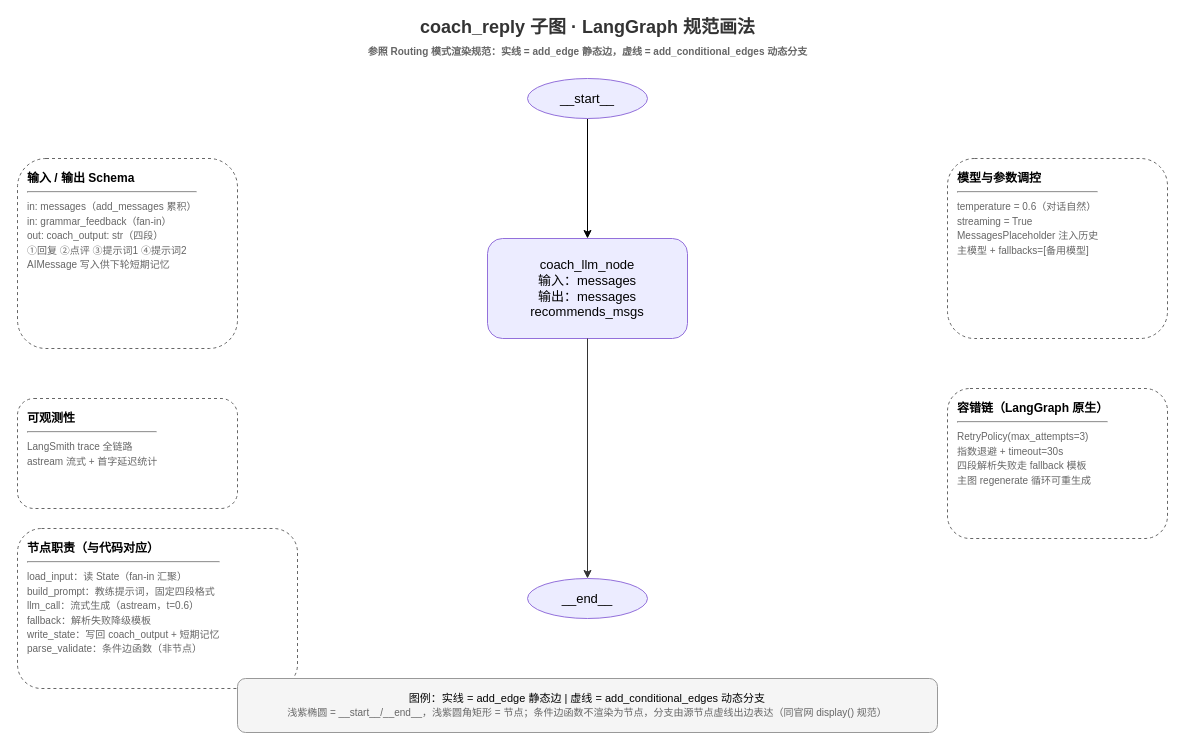
The draw.io diagram backend/src/talk_agent/document/coach_reply_graph.drawio in Ekko306/dialog-ai, before the edit. Source tidied: cells renumbered, new cells numbered last; positions are measured from the earlier drawing's top-left corner, leaving out a move shared by most shapes. Both pictures are drawn from the tidied source at 100%, with x=0, y=0 at pixel (17, 18).
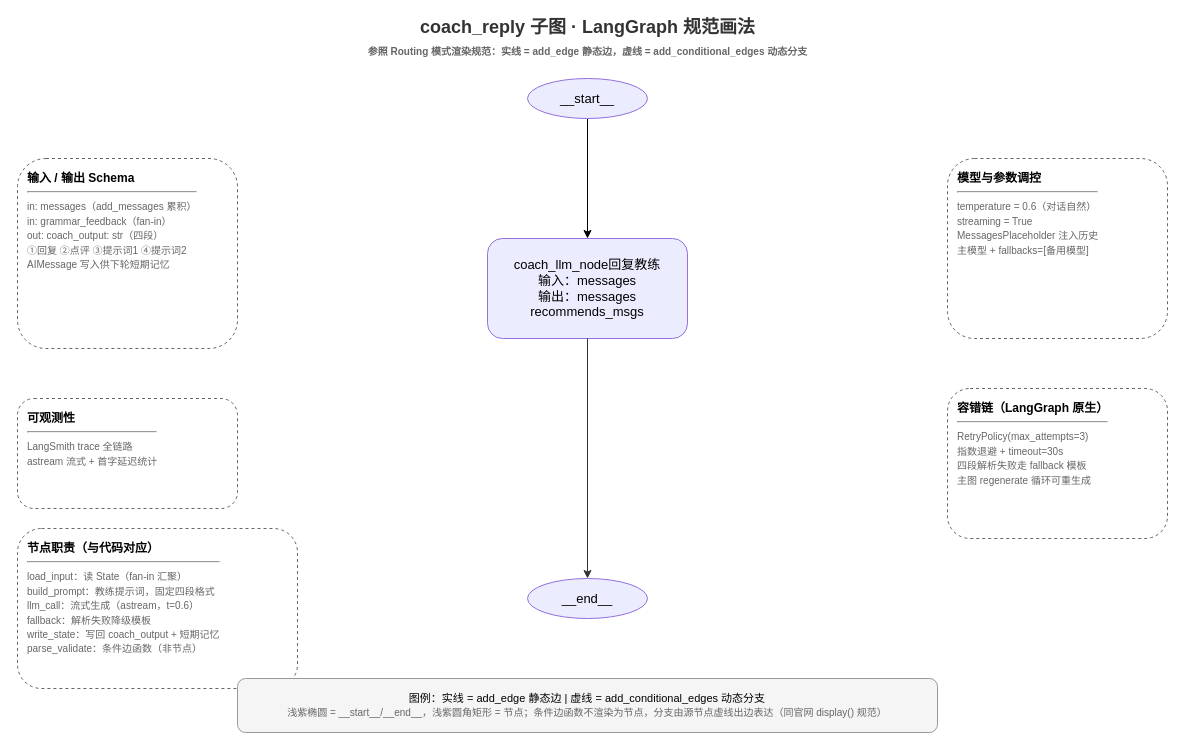
After the change.

Diff of the diagram source:
```diff
@@
 <mxGraphModel>
   <root>
     <mxCell id="0" />
     <mxCell id="1" parent="0" />
     <mxCell id="2" value="coach_reply 子图 · LangGraph 规范画法&lt;br&gt;&lt;font style=&quot;font-size:10px&quot; color=&quot;#666666&quot;&gt;参照 Routing 模式渲染规范：实线 = add_edge 静态边，虚线 = add_conditional_edges 动态分支&lt;/font&gt;" style="text;html=1;align=center;verticalAlign=middle;fontSize=18;fontStyle=1;fontColor=#333333;" parent="1" vertex="1">
       <mxGeometry x="290" width="560" height="40" as="geometry" />
     </mxCell>
     <mxCell id="3" style="edgeStyle=none;html=1;entryX=0.5;entryY=0;entryDx=0;entryDy=0;" parent="1" edge="1" source="4" target="5">
       <mxGeometry relative="1" as="geometry" />
     </mxCell>
     <mxCell id="4" value="__start__" style="ellipse;whiteSpace=wrap;html=1;fillColor=#ECECFF;strokeColor=#9370DB;fontSize=13;" parent="1" vertex="1">
       <mxGeometry x="510" y="60" width="120" height="40" as="geometry" />
     </mxCell>
-    <mxCell id="5" value="coach_llm_node&lt;br&gt;输入：messages&lt;br&gt;输出：messages&lt;br&gt;recommends_msgs" style="rounded=1;whiteSpace=wrap;html=1;fillColor=#ECECFF;strokeColor=#9370DB;fontSize=13;" parent="1" vertex="1">
+    <mxCell id="5" value="coach_llm_node回复教练&lt;br&gt;输入：messages&lt;br&gt;输出：messages&lt;br&gt;recommends_msgs" style="rounded=1;whiteSpace=wrap;html=1;fillColor=#ECECFF;strokeColor=#9370DB;fontSize=13;" parent="1" vertex="1">
       <mxGeometry x="470" y="220" width="200" height="100" as="geometry" />
     </mxCell>
     <mxCell id="6" value="__end__" style="ellipse;whiteSpace=wrap;html=1;fillColor=#ECECFF;strokeColor=#9370DB;fontSize=13;" parent="1" vertex="1">
       <mxGeometry x="510" y="560" width="120" height="40" as="geometry" />
     </mxCell>
     <mxCell id="7" style="edgeStyle=orthogonalEdgeStyle;rounded=1;html=1;strokeColor=#333333;fontSize=11;" parent="1" edge="1" source="5" target="6">
       <mxGeometry relative="1" as="geometry" />
     </mxCell>
     <mxCell id="8" value="&lt;b&gt;输入 / 输出 Schema&lt;/b&gt;&lt;hr&gt;&lt;font style=&quot;font-size:10px&quot; color=&quot;#666666&quot;&gt;in: messages（add_messages 累积）&lt;br&gt;in: grammar_feedback（fan-in）&lt;br&gt;out: coach_output: str（四段）&lt;br&gt;①回复 ②点评 ③提示词1 ④提示词2&lt;br&gt;AIMessage 写入供下轮短期记忆&lt;/font&gt;" style="rounded=1;whiteSpace=wrap;html=1;dashed=1;fillColor=none;strokeColor=#666666;align=left;verticalAlign=top;fontSize=12;spacingLeft=8;spacingTop=6;" parent="1" vertex="1">
       <mxGeometry y="140" width="220" height="190" as="geometry" />
     </mxCell>
     <mxCell id="9" value="&lt;b&gt;可观测性&lt;/b&gt;&lt;hr&gt;&lt;font style=&quot;font-size:10px&quot; color=&quot;#666666&quot;&gt;LangSmith trace 全链路&lt;br&gt;astream 流式 + 首字延迟统计&lt;/font&gt;" style="rounded=1;whiteSpace=wrap;html=1;dashed=1;fillColor=none;strokeColor=#666666;align=left;verticalAlign=top;fontSize=12;spacingLeft=8;spacingTop=6;" parent="1" vertex="1">
       <mxGeometry y="380" width="220" height="110" as="geometry" />
     </mxCell>
     <mxCell id="10" value="&lt;b&gt;节点职责（与代码对应）&lt;/b&gt;&lt;hr&gt;&lt;font style=&quot;font-size:10px&quot; color=&quot;#666666&quot;&gt;load_input：读 State（fan-in 汇聚）&lt;br&gt;build_prompt：教练提示词，固定四段格式&lt;br&gt;llm_call：流式生成（astream，t=0.6）&lt;br&gt;fallback：解析失败降级模板&lt;br&gt;write_state：写回 coach_output + 短期记忆&lt;br&gt;parse_validate：条件边函数（非节点）&lt;/font&gt;" style="rounded=1;whiteSpace=wrap;html=1;dashed=1;fillColor=none;strokeColor=#666666;align=left;verticalAlign=top;fontSize=12;spacingLeft=8;spacingTop=6;" parent="1" vertex="1">
       <mxGeometry y="510" width="280" height="160" as="geometry" />
     </mxCell>
     <mxCell id="11" value="&lt;b&gt;模型与参数调控&lt;/b&gt;&lt;hr&gt;&lt;font style=&quot;font-size:10px&quot; color=&quot;#666666&quot;&gt;temperature = 0.6（对话自然）&lt;br&gt;streaming = True&lt;br&gt;MessagesPlaceholder 注入历史&lt;br&gt;主模型 + fallbacks=[备用模型]&lt;/font&gt;" style="rounded=1;whiteSpace=wrap;html=1;dashed=1;fillColor=none;strokeColor=#666666;align=left;verticalAlign=top;fontSize=12;spacingLeft=8;spacingTop=6;" parent="1" vertex="1">
       <mxGeometry x="930" y="140" width="220" height="180" as="geometry" />
     </mxCell>
     <mxCell id="12" value="&lt;b&gt;容错链（LangGraph 原生）&lt;/b&gt;&lt;hr&gt;&lt;font style=&quot;font-size:10px&quot; color=&quot;#666666&quot;&gt;RetryPolicy(max_attempts=3)&lt;br&gt;指数退避 + timeout=30s&lt;br&gt;四段解析失败走 fallback 模板&lt;br&gt;主图 regenerate 循环可重生成&lt;/font&gt;" style="rounded=1;whiteSpace=wrap;html=1;dashed=1;fillColor=none;strokeColor=#666666;align=left;verticalAlign=top;fontSize=12;spacingLeft=8;spacingTop=6;" parent="1" vertex="1">
       <mxGeometry x="930" y="370" width="220" height="150" as="geometry" />
     </mxCell>
     <mxCell id="13" value="图例：实线 = add_edge 静态边  |  虚线 = add_conditional_edges 动态分支&lt;br&gt;&lt;font style=&quot;font-size:10px&quot; color=&quot;#666666&quot;&gt;浅紫椭圆 = __start__/__end__，浅紫圆角矩形 = 节点；条件边函数不渲染为节点，分支由源节点虚线出边表达（同官网 display() 规范）&lt;/font&gt;" style="rounded=1;whiteSpace=wrap;html=1;fillColor=#f5f5f5;strokeColor=#999999;fontSize=11;align=center;" parent="1" vertex="1">
       <mxGeometry x="220" y="660" width="700" height="54" as="geometry" />
     </mxCell>
   </root>
 </mxGraphModel>
```
